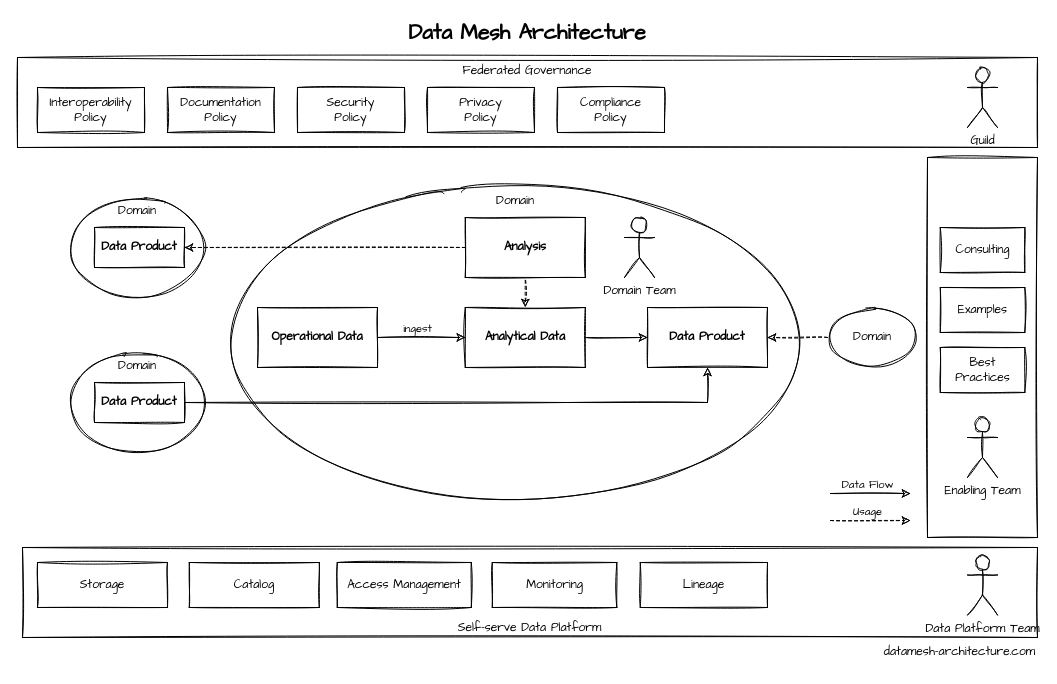
The draw.io diagram diagrams/datamesharchitecture.drawio in datamesh-architecture/datamesh-architecture.com, before the edit. Source tidied: cells renumbered, new cells numbered last; positions are measured from the earlier drawing's top-left corner, leaving out a move shared by most shapes. Both pictures are drawn from the tidied source at 100%, with x=0, y=0 at pixel (17, 17).
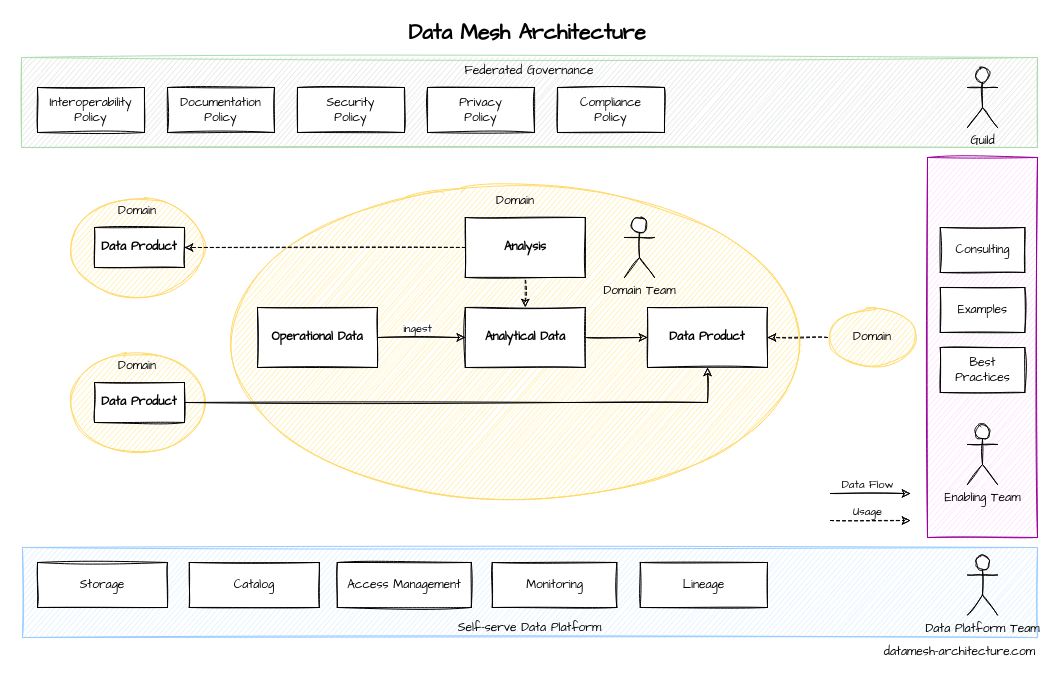
Above is the later version.

Diff of the diagram source:
```diff
@@
-    <mxCell id="2" style="rounded=0;whiteSpace=wrap;html=1;verticalAlign=bottom;fillColor=none;sketch=1;fontFamily=Architects Daughter;" parent="1" vertex="1">
+    <mxCell id="2" style="rounded=0;whiteSpace=wrap;html=1;verticalAlign=bottom;fillColor=#FFDBFD;sketch=1;fontFamily=Architects Daughter;strokeColor=#990099;" parent="1" vertex="1">
       <mxGeometry x="910" y="140" width="110" height="380" as="geometry" />
     </mxCell>
-    <mxCell id="3" value="Self-serve Data Platform" style="rounded=0;whiteSpace=wrap;html=1;verticalAlign=bottom;fillColor=none;sketch=1;fontFamily=Architects Daughter;" parent="1" vertex="1">
+    <mxCell id="3" value="Self-serve Data Platform" style="rounded=0;whiteSpace=wrap;html=1;verticalAlign=bottom;fillColor=#D9EDFF;sketch=1;fontFamily=Architects Daughter;strokeColor=#99CCFF;fillStyle=hachure;" parent="1" vertex="1">
       <mxGeometry x="5" y="530" width="1015" height="90" as="geometry" />
     </mxCell>
-    <mxCell id="4" value="Federated Governance" style="rounded=0;whiteSpace=wrap;html=1;verticalAlign=top;fillColor=none;sketch=1;fontFamily=Architects Daughter;" parent="1" vertex="1">
-      <mxGeometry y="40" width="1020" height="90" as="geometry" />
+    <mxCell id="4" value="Federated Governance" style="rounded=0;whiteSpace=wrap;html=1;verticalAlign=top;fillColor=#DCE3DC;sketch=1;fontFamily=Architects Daughter;strokeColor=#AFDBAF;" parent="1" vertex="1">
+      <mxGeometry x="4" y="40" width="1016" height="90" as="geometry" />
     </mxCell>
@@
     <mxCell id="15" value="Enabling Team" style="shape=umlActor;verticalLabelPosition=bottom;verticalAlign=top;html=1;sketch=1;fontFamily=Architects Daughter;" parent="1" vertex="1">
-      <mxGeometry x="950" y="400" width="30" height="60" as="geometry" />
+      <mxGeometry x="950" y="407" width="30" height="60" as="geometry" />
     </mxCell>
@@
-    <mxCell id="18" value="Domain" style="ellipse;whiteSpace=wrap;html=1;verticalAlign=top;fillColor=none;sketch=1;fontFamily=Architects Daughter;" parent="1" vertex="1">
+    <mxCell id="18" value="Domain" style="ellipse;whiteSpace=wrap;html=1;verticalAlign=top;fillColor=#FFEB99;sketch=1;fontFamily=Architects Daughter;strokeColor=#FFD966;" parent="1" vertex="1">
       <mxGeometry x="200" y="170" width="595.5" height="310" as="geometry" />
     </mxCell>
@@
-    <mxCell id="27" value="Domain" style="ellipse;whiteSpace=wrap;html=1;verticalAlign=middle;sketch=1;fontFamily=Architects Daughter;" parent="1" vertex="1">
+    <mxCell id="27" value="Domain" style="ellipse;whiteSpace=wrap;html=1;verticalAlign=middle;sketch=1;fontFamily=Architects Daughter;strokeColor=#FFD966;fillColor=#FFEB99;" parent="1" vertex="1">
       <mxGeometry x="810" y="290" width="90" height="60" as="geometry" />
     </mxCell>
@@
-    <mxCell id="29" value="Domain" style="ellipse;whiteSpace=wrap;html=1;verticalAlign=top;sketch=1;fontFamily=Architects Daughter;" parent="1" vertex="1">
+    <mxCell id="29" value="Domain" style="ellipse;whiteSpace=wrap;html=1;verticalAlign=top;sketch=1;fontFamily=Architects Daughter;strokeColor=#FFD966;fillColor=#FFEB99;" parent="1" vertex="1">
       <mxGeometry x="50" y="180" width="140" height="100" as="geometry" />
     </mxCell>
@@
-    <mxCell id="32" value="Domain" style="ellipse;whiteSpace=wrap;html=1;verticalAlign=top;sketch=1;fontFamily=Architects Daughter;" parent="1" vertex="1">
+    <mxCell id="32" value="Domain" style="ellipse;whiteSpace=wrap;html=1;verticalAlign=top;sketch=1;fontFamily=Architects Daughter;strokeColor=#FFD966;fillColor=#FFEB99;" parent="1" vertex="1">
       <mxGeometry x="50" y="335" width="140" height="100" as="geometry" />
     </mxCell>
```
